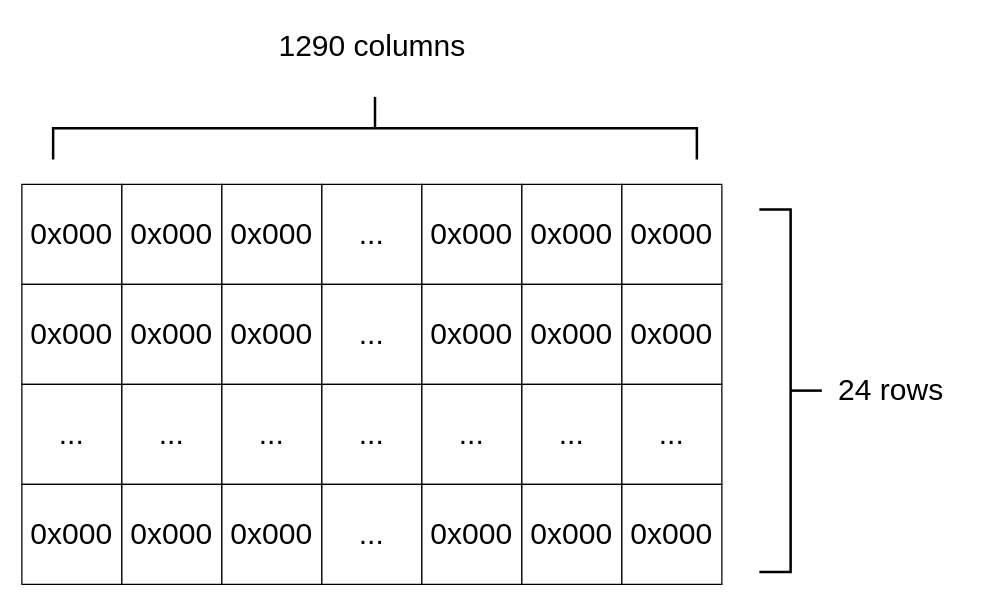
Earlier version of the draw.io diagram Diagrams/matrix2.drawio (sabarioded/Patterns_Project). Source tidied: cells renumbered, new cells numbered last; positions are measured from the earlier drawing's top-left corner, leaving out a move shared by most shapes. Both pictures are drawn from the tidied source at 125%, with x=0, y=0 at pixel (21, -194).
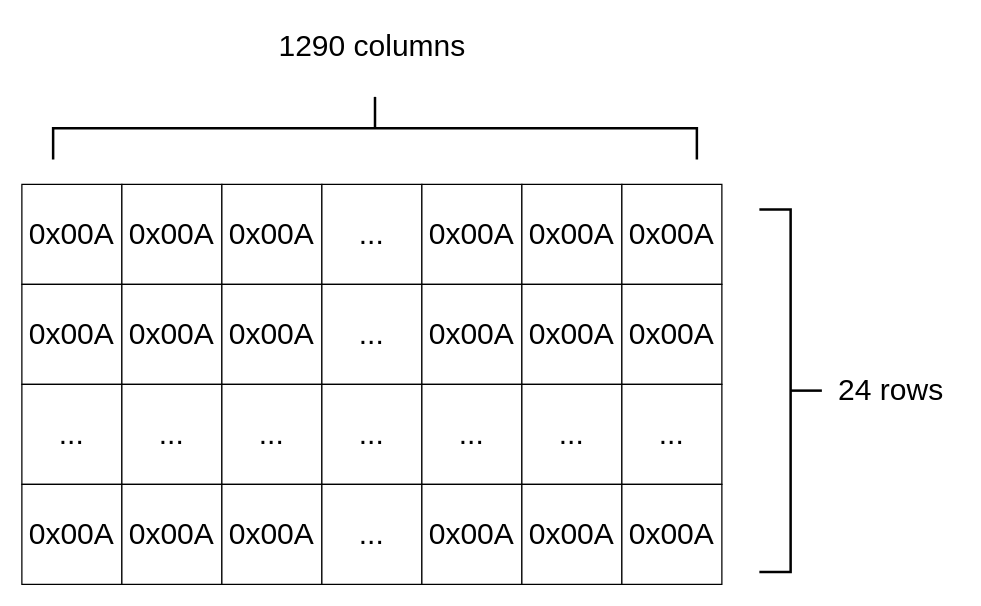
The same page after the edit.

Change to the diagram source:
```diff
@@
-    <mxCell id="2" value="&lt;font style=&quot;font-size: 24px;&quot;&gt;0x000&lt;/font&gt;" style="rounded=0;whiteSpace=wrap;html=1;" parent="1" vertex="1">
+    <mxCell id="2" value="&lt;font style=&quot;font-size: 24px;&quot;&gt;0x00A&lt;/font&gt;" style="rounded=0;whiteSpace=wrap;html=1;" parent="1" vertex="1">
       <mxGeometry y="302" width="80" height="80" as="geometry" />
     </mxCell>
-    <mxCell id="3" value="&lt;span style=&quot;font-size: 24px;&quot;&gt;0x000&lt;/span&gt;" style="rounded=0;whiteSpace=wrap;html=1;" parent="1" vertex="1">
+    <mxCell id="3" value="&lt;span style=&quot;font-size: 24px;&quot;&gt;0x00A&lt;/span&gt;" style="rounded=0;whiteSpace=wrap;html=1;" parent="1" vertex="1">
       <mxGeometry x="80" y="302" width="80" height="80" as="geometry" />
     </mxCell>
-    <mxCell id="4" value="&lt;span style=&quot;font-size: 24px;&quot;&gt;0x000&lt;/span&gt;" style="rounded=0;whiteSpace=wrap;html=1;" parent="1" vertex="1">
+    <mxCell id="4" value="&lt;span style=&quot;font-size: 24px;&quot;&gt;0x00A&lt;/span&gt;" style="rounded=0;whiteSpace=wrap;html=1;" parent="1" vertex="1">
       <mxGeometry x="160" y="302" width="80" height="80" as="geometry" />
     </mxCell>
@@
-    <mxCell id="6" value="&lt;span style=&quot;font-size: 24px;&quot;&gt;0x000&lt;/span&gt;" style="rounded=0;whiteSpace=wrap;html=1;" parent="1" vertex="1">
+    <mxCell id="6" value="&lt;span style=&quot;font-size: 24px;&quot;&gt;0x00A&lt;/span&gt;" style="rounded=0;whiteSpace=wrap;html=1;" parent="1" vertex="1">
       <mxGeometry x="320" y="302" width="80" height="80" as="geometry" />
     </mxCell>
-    <mxCell id="7" value="&lt;span style=&quot;font-size: 24px;&quot;&gt;0x000&lt;/span&gt;" style="rounded=0;whiteSpace=wrap;html=1;" parent="1" vertex="1">
+    <mxCell id="7" value="&lt;span style=&quot;font-size: 24px;&quot;&gt;0x00A&lt;/span&gt;" style="rounded=0;whiteSpace=wrap;html=1;" parent="1" vertex="1">
       <mxGeometry x="400" y="302" width="80" height="80" as="geometry" />
     </mxCell>
-    <mxCell id="8" value="&lt;span style=&quot;font-size: 24px;&quot;&gt;0x000&lt;/span&gt;" style="rounded=0;whiteSpace=wrap;html=1;" parent="1" vertex="1">
+    <mxCell id="8" value="&lt;span style=&quot;font-size: 24px;&quot;&gt;0x00A&lt;/span&gt;" style="rounded=0;whiteSpace=wrap;html=1;" parent="1" vertex="1">
       <mxGeometry x="480" y="302" width="80" height="80" as="geometry" />
     </mxCell>
-    <mxCell id="9" value="&lt;font style=&quot;font-size: 24px;&quot;&gt;0x000&lt;/font&gt;" style="rounded=0;whiteSpace=wrap;html=1;" parent="1" vertex="1">
+    <mxCell id="9" value="&lt;span style=&quot;font-size: 24px;&quot;&gt;0x00A&lt;/span&gt;" style="rounded=0;whiteSpace=wrap;html=1;" parent="1" vertex="1">
       <mxGeometry y="382" width="80" height="80" as="geometry" />
     </mxCell>
-    <mxCell id="10" value="&lt;span style=&quot;font-size: 24px;&quot;&gt;0x000&lt;/span&gt;" style="rounded=0;whiteSpace=wrap;html=1;" parent="1" vertex="1">
+    <mxCell id="10" value="&lt;span style=&quot;font-size: 24px;&quot;&gt;0x00A&lt;/span&gt;" style="rounded=0;whiteSpace=wrap;html=1;" parent="1" vertex="1">
       <mxGeometry x="80" y="382" width="80" height="80" as="geometry" />
     </mxCell>
-    <mxCell id="11" value="&lt;span style=&quot;font-size: 24px;&quot;&gt;0x000&lt;/span&gt;" style="rounded=0;whiteSpace=wrap;html=1;" parent="1" vertex="1">
+    <mxCell id="11" value="&lt;span style=&quot;font-size: 24px;&quot;&gt;0x00A&lt;/span&gt;" style="rounded=0;whiteSpace=wrap;html=1;" parent="1" vertex="1">
       <mxGeometry x="160" y="382" width="80" height="80" as="geometry" />
     </mxCell>
@@
-    <mxCell id="13" value="&lt;span style=&quot;font-size: 24px;&quot;&gt;0x000&lt;/span&gt;" style="rounded=0;whiteSpace=wrap;html=1;" parent="1" vertex="1">
+    <mxCell id="13" value="&lt;span style=&quot;font-size: 24px;&quot;&gt;0x00A&lt;/span&gt;" style="rounded=0;whiteSpace=wrap;html=1;" parent="1" vertex="1">
       <mxGeometry x="320" y="382" width="80" height="80" as="geometry" />
     </mxCell>
-    <mxCell id="14" value="&lt;span style=&quot;font-size: 24px;&quot;&gt;0x000&lt;/span&gt;" style="rounded=0;whiteSpace=wrap;html=1;" parent="1" vertex="1">
+    <mxCell id="14" value="&lt;span style=&quot;font-size: 24px;&quot;&gt;0x00A&lt;/span&gt;" style="rounded=0;whiteSpace=wrap;html=1;" parent="1" vertex="1">
       <mxGeometry x="400" y="382" width="80" height="80" as="geometry" />
     </mxCell>
-    <mxCell id="15" value="&lt;span style=&quot;font-size: 24px;&quot;&gt;0x000&lt;/span&gt;" style="rounded=0;whiteSpace=wrap;html=1;" parent="1" vertex="1">
+    <mxCell id="15" value="&lt;span style=&quot;font-size: 24px;&quot;&gt;0x00A&lt;/span&gt;" style="rounded=0;whiteSpace=wrap;html=1;" parent="1" vertex="1">
       <mxGeometry x="480" y="382" width="80" height="80" as="geometry" />
     </mxCell>
@@
-    <mxCell id="23" value="&lt;font style=&quot;font-size: 24px;&quot;&gt;0x000&lt;/font&gt;" style="rounded=0;whiteSpace=wrap;html=1;" parent="1" vertex="1">
+    <mxCell id="23" value="&lt;span style=&quot;font-size: 24px;&quot;&gt;0x00A&lt;/span&gt;" style="rounded=0;whiteSpace=wrap;html=1;" parent="1" vertex="1">
       <mxGeometry y="542" width="80" height="80" as="geometry" />
     </mxCell>
-    <mxCell id="24" value="&lt;span style=&quot;font-size: 24px;&quot;&gt;0x000&lt;/span&gt;" style="rounded=0;whiteSpace=wrap;html=1;" parent="1" vertex="1">
+    <mxCell id="24" value="&lt;span style=&quot;font-size: 24px;&quot;&gt;0x00A&lt;/span&gt;" style="rounded=0;whiteSpace=wrap;html=1;" parent="1" vertex="1">
       <mxGeometry x="80" y="542" width="80" height="80" as="geometry" />
     </mxCell>
-    <mxCell id="25" value="&lt;span style=&quot;font-size: 24px;&quot;&gt;0x000&lt;/span&gt;" style="rounded=0;whiteSpace=wrap;html=1;" parent="1" vertex="1">
+    <mxCell id="25" value="&lt;span style=&quot;font-size: 24px;&quot;&gt;0x00A&lt;/span&gt;" style="rounded=0;whiteSpace=wrap;html=1;" parent="1" vertex="1">
       <mxGeometry x="160" y="542" width="80" height="80" as="geometry" />
     </mxCell>
@@
-    <mxCell id="27" value="&lt;span style=&quot;font-size: 24px;&quot;&gt;0x000&lt;/span&gt;" style="rounded=0;whiteSpace=wrap;html=1;" parent="1" vertex="1">
+    <mxCell id="27" value="&lt;span style=&quot;font-size: 24px;&quot;&gt;0x00A&lt;/span&gt;" style="rounded=0;whiteSpace=wrap;html=1;" parent="1" vertex="1">
       <mxGeometry x="320" y="542" width="80" height="80" as="geometry" />
     </mxCell>
-    <mxCell id="28" value="&lt;span style=&quot;font-size: 24px;&quot;&gt;0x000&lt;/span&gt;" style="rounded=0;whiteSpace=wrap;html=1;" parent="1" vertex="1">
+    <mxCell id="28" value="&lt;span style=&quot;font-size: 24px;&quot;&gt;0x00A&lt;/span&gt;" style="rounded=0;whiteSpace=wrap;html=1;" parent="1" vertex="1">
       <mxGeometry x="400" y="542" width="80" height="80" as="geometry" />
     </mxCell>
-    <mxCell id="29" value="&lt;span style=&quot;font-size: 24px;&quot;&gt;0x000&lt;/span&gt;" style="rounded=0;whiteSpace=wrap;html=1;" parent="1" vertex="1">
+    <mxCell id="29" value="&lt;span style=&quot;font-size: 24px;&quot;&gt;0x00A&lt;/span&gt;" style="rounded=0;whiteSpace=wrap;html=1;" parent="1" vertex="1">
       <mxGeometry x="480" y="542" width="80" height="80" as="geometry" />
     </mxCell>
```
